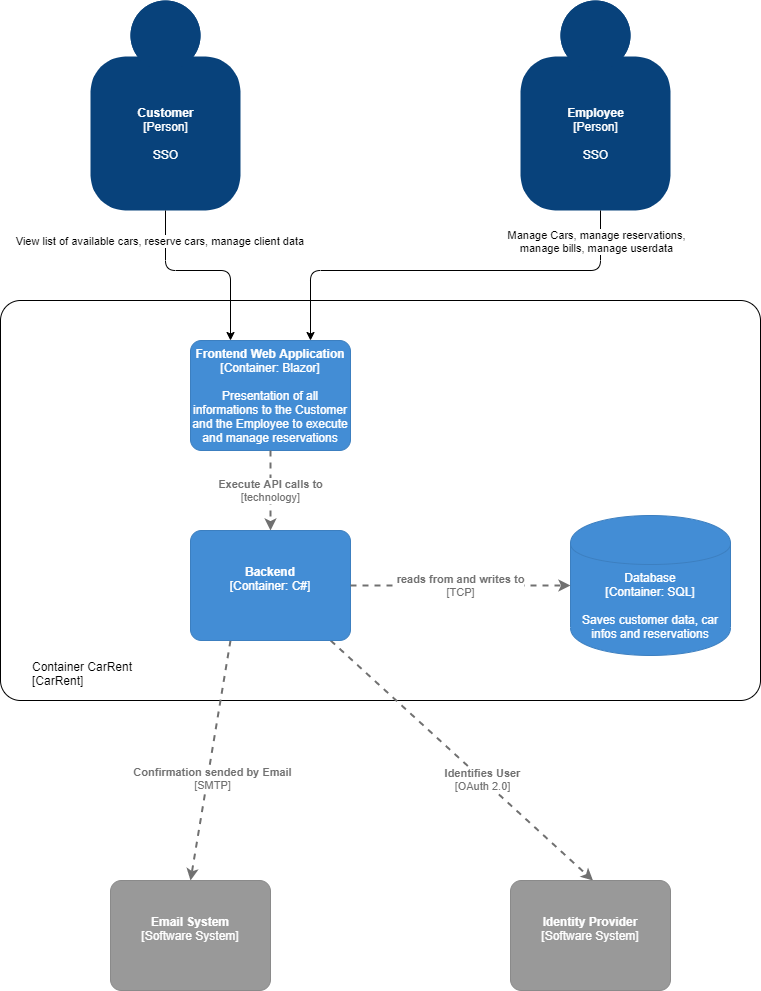
Above: docs/Container.png in EricLue/CarRentSystem (draw.io), before the change. Source tidied: cells renumbered, new cells last; positions are measured from the earlier drawing's top-left corner, leaving out a move shared by most shapes.
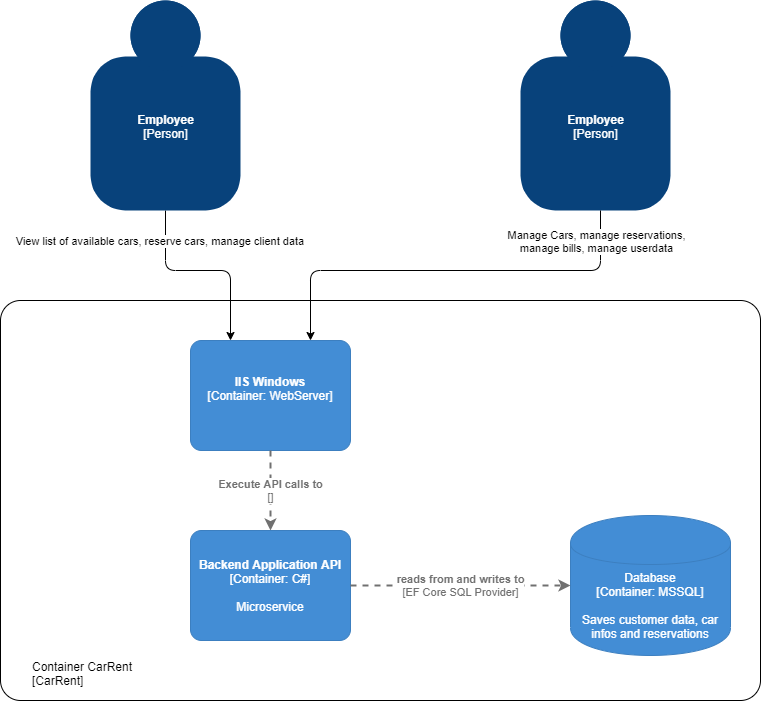
Above is the later version.

Diff of the diagram source:
```diff
@@ -7,43 +7,14 @@
         <mxGeometry y="300" width="760" height="400" as="geometry" />
       </mxCell>
     </object>
-    <object id="3" label="&lt;b&gt;%c4Name%&lt;/b&gt;&lt;div&gt;[%c4Type%]&lt;/div&gt;&lt;br&gt;&lt;div&gt;%c4Description%&lt;/div&gt;" c4Description="SSO" c4Name="Customer" c4Type="Person" placeholders="1">
-      <mxCell style="html=1;dashed=0;whitespace=wrap;fillColor=#08427b;strokeColor=none;fontColor=#ffffff;shape=mxgraph.c4.person;align=center;points=[[0.5,0,0],[1,0.5,0],[1,0.75,0],[0.75,1,0],[0.5,1,0],[0.25,1,0],[0,0.75,0],[0,0.5,0]];metaData={&quot;c4Type&quot;:{&quot;editable&quot;:false}};" parent="1" vertex="1">
-        <mxGeometry x="90" width="150" height="210" as="geometry" />
-      </mxCell>
-    </object>
-    <object id="4" label="&lt;b&gt;%c4Name%&lt;/b&gt;&lt;div&gt;[%c4Type%]&lt;/div&gt;&lt;br&gt;&lt;div&gt;%c4Description%&lt;/div&gt;" c4Description="SSO" c4Name="Employee" c4Type="Person" placeholders="1">
+    <object id="4" label="&lt;b&gt;%c4Name%&lt;/b&gt;&lt;div&gt;[%c4Type%]&lt;/div&gt;&lt;br&gt;&lt;div&gt;%c4Description%&lt;/div&gt;" c4Description="" c4Name="Employee" c4Type="Person" placeholders="1">
       <mxCell style="html=1;dashed=0;whitespace=wrap;fillColor=#08427b;strokeColor=none;fontColor=#ffffff;shape=mxgraph.c4.person;align=center;metaData={&quot;c4Type&quot;:{&quot;editable&quot;:false}};" parent="1" vertex="1">
         <mxGeometry x="520" width="150" height="210" as="geometry" />
       </mxCell>
     </object>
-    <object id="5" label="&lt;div style=&quot;text-align: left&quot;&gt;&lt;div style=&quot;text-align: center&quot;&gt;&lt;b&gt;%c4Description%&lt;/b&gt;&lt;/div&gt;&lt;div style=&quot;text-align: center&quot;&gt;[%c4Technology%]&lt;/div&gt;&lt;/div&gt;" c4Description="Identifies User" c4Technology="OAuth 2.0" c4Type="Relationship" placeholders="1">
-      <mxCell style="edgeStyle=none;rounded=0;html=1;jettySize=auto;strokeColor=#707070;strokeWidth=2;fontColor=#707070;jumpStyle=none;dashed=1;metaData={&quot;c4Type&quot;:{&quot;editable&quot;:false}};" parent="1" edge="1" source="15">
-        <mxGeometry x="0.16" y="-1" relative="1" as="geometry">
-          <mxPoint x="592.5" y="880" as="targetPoint" />
-          <mxPoint y="-1" as="offset" />
-        </mxGeometry>
-      </mxCell>
-    </object>
-    <object id="6" label="&lt;div style=&quot;text-align: left&quot;&gt;&lt;div style=&quot;text-align: center&quot;&gt;&lt;b&gt;%c4Description%&lt;/b&gt;&lt;/div&gt;&lt;div style=&quot;text-align: center&quot;&gt;[%c4Technology%]&lt;/div&gt;&lt;/div&gt;" c4Description="Confirmation sended by Email" c4Technology="SMTP" c4Type="Relationship" placeholders="1">
-      <mxCell style="edgeStyle=none;rounded=0;html=1;jettySize=auto;strokeColor=#707070;strokeWidth=2;fontColor=#707070;jumpStyle=none;dashed=1;metaData={&quot;c4Type&quot;:{&quot;editable&quot;:false}};exitX=0.25;exitY=1;exitDx=0;exitDy=0;exitPerimeter=0;" parent="1" edge="1" source="15">
-        <mxGeometry x="0.15" y="5" relative="1" as="geometry">
-          <mxPoint x="190" y="880" as="targetPoint" />
-        </mxGeometry>
-      </mxCell>
-    </object>
-    <object id="7" label="&lt;b&gt;%c4Name%&lt;/b&gt;&lt;div&gt;[%c4Type%]&lt;/div&gt;&lt;br&gt;&lt;div&gt;%c4Description%&lt;/div&gt;" c4Description="" c4Name="Email System" c4Type="Software System" placeholders="1">
-      <mxCell style="rounded=1;whiteSpace=wrap;html=1;labelBackgroundColor=none;fillColor=#999999;fontColor=#ffffff;align=center;arcSize=10;strokeColor=#8A8A8A;metaData={&quot;c4Type&quot;:{&quot;editable&quot;:false}};" parent="1" vertex="1">
-        <mxGeometry x="110" y="880" width="160" height="110" as="geometry" />
-      </mxCell>
-    </object>
-    <object id="8" label="&lt;b&gt;%c4Name%&lt;/b&gt;&lt;div&gt;[%c4Type%]&lt;/div&gt;&lt;br&gt;&lt;div&gt;%c4Description%&lt;/div&gt;" c4Description="" c4Name="Identity Provider" c4Type="Software System" placeholders="1">
-      <mxCell style="rounded=1;whiteSpace=wrap;html=1;labelBackgroundColor=none;fillColor=#999999;fontColor=#ffffff;align=center;arcSize=10;strokeColor=#8A8A8A;metaData={&quot;c4Type&quot;:{&quot;editable&quot;:false}};" parent="1" vertex="1">
-        <mxGeometry x="510" y="880" width="160" height="110" as="geometry" />
-      </mxCell>
-    </object>
-    <mxCell id="9" style="endArrow=classic;html=1;exitX=0.5;exitY=1;exitDx=0;exitDy=0;exitPerimeter=0;entryX=0.25;entryY=0;entryDx=0;entryDy=0;entryPerimeter=0;" parent="1" edge="1" source="3" target="13">
+    <mxCell id="9" style="endArrow=classic;html=1;exitX=0.5;exitY=1;exitDx=0;exitDy=0;exitPerimeter=0;entryX=0.25;entryY=0;entryDx=0;entryDy=0;entryPerimeter=0;" parent="1" edge="1" target="13">
       <mxGeometry relative="1" as="geometry">
+        <mxPoint x="165" y="210" as="sourcePoint" />
         <Array as="points">
           <mxPoint x="165" y="270" />
           <mxPoint x="230" y="270" />
@@ -69,17 +40,17 @@
         <mxPoint x="145" y="-30" as="offset" />
       </mxGeometry>
     </mxCell>
-    <object id="13" label="&lt;b&gt;%c4Name%&lt;/b&gt;&lt;div&gt;[%c4Type%: %c4Technology%]&lt;/div&gt;&lt;br&gt;&lt;div&gt;%c4Description%&lt;/div&gt;" c4Description="Presentation of all informations to the Customer and the Employee to execute and manage reservations" c4Name="Frontend Web Application" c4Technology="Blazor" c4Type="Container" placeholders="1">
+    <object id="13" label="&lt;b&gt;%c4Name%&lt;/b&gt;&lt;div&gt;[%c4Type%: %c4Technology%]&lt;/div&gt;&lt;br&gt;&lt;div&gt;%c4Description%&lt;/div&gt;" c4Description="" c4Name="IIS Windows" c4Technology="WebServer" c4Type="Container" placeholders="1">
       <mxCell style="rounded=1;whiteSpace=wrap;html=1;labelBackgroundColor=none;fillColor=#438DD5;fontColor=#ffffff;align=center;arcSize=10;strokeColor=#3C7FC0;metaData={&quot;c4Type&quot;:{&quot;editable&quot;:false}};points=[[0.25,0,0],[0.5,0,0],[0.75,0,0],[1,0.25,0],[1,0.5,0],[1,0.75,0],[0.75,1,0],[0.5,1,0],[0.25,1,0],[0,0.75,0],[0,0.5,0],[0,0.25,0]];" parent="1" vertex="1">
         <mxGeometry x="190" y="340" width="160" height="110" as="geometry" />
       </mxCell>
     </object>
-    <object id="14" label="&lt;div style=&quot;text-align: left&quot;&gt;&lt;div style=&quot;text-align: center&quot;&gt;&lt;b&gt;%c4Description%&lt;/b&gt;&lt;/div&gt;&lt;div style=&quot;text-align: center&quot;&gt;[%c4Technology%]&lt;/div&gt;&lt;/div&gt;" c4Description="Execute API calls to" c4Technology="technology" c4Type="Relationship" placeholders="1">
+    <object id="14" label="&lt;div style=&quot;text-align: left&quot;&gt;&lt;div style=&quot;text-align: center&quot;&gt;&lt;b&gt;%c4Description%&lt;/b&gt;&lt;/div&gt;&lt;div style=&quot;text-align: center&quot;&gt;[%c4Technology%]&lt;/div&gt;&lt;/div&gt;" c4Description="Execute API calls to" c4Technology="" c4Type="Relationship" placeholders="1">
       <mxCell style="edgeStyle=none;rounded=0;html=1;jettySize=auto;strokeColor=#707070;strokeWidth=2;fontColor=#707070;jumpStyle=none;dashed=1;metaData={&quot;c4Type&quot;:{&quot;editable&quot;:false}};exitX=0.5;exitY=1;exitDx=0;exitDy=0;exitPerimeter=0;" parent="1" edge="1" source="13" target="15">
         <mxGeometry relative="1" as="geometry" />
       </mxCell>
     </object>
-    <object id="15" label="&lt;b&gt;%c4Name%&lt;/b&gt;&lt;div&gt;[%c4Type%: %c4Technology%]&lt;/div&gt;&lt;br&gt;&lt;div&gt;%c4Description%&lt;/div&gt;" c4Description="" c4Name="Backend" c4Technology="C#" c4Type="Container" placeholders="1">
+    <object id="15" label="&lt;b&gt;%c4Name%&lt;/b&gt;&lt;div&gt;[%c4Type%: %c4Technology%]&lt;/div&gt;&lt;br&gt;&lt;div&gt;%c4Description%&lt;/div&gt;" c4Description="Microservice" c4Name="Backend Application API" c4Technology="C#" c4Type="Container" placeholders="1">
       <mxCell style="rounded=1;whiteSpace=wrap;html=1;labelBackgroundColor=none;fillColor=#438DD5;fontColor=#ffffff;align=center;arcSize=10;strokeColor=#3C7FC0;metaData={&quot;c4Type&quot;:{&quot;editable&quot;:false}};points=[[0.25,0,0],[0.5,0,0],[0.75,0,0],[1,0.25,0],[1,0.5,0],[1,0.75,0],[0.75,1,0],[0.5,1,0],[0.25,1,0],[0,0.75,0],[0,0.5,0],[0,0.25,0]];" parent="1" vertex="1">
         <mxGeometry x="190" y="530" width="160" height="110" as="geometry" />
       </mxCell>
@@ -87,15 +58,20 @@
     <mxCell id="16" style="edgeStyle=orthogonalEdgeStyle;rounded=0;orthogonalLoop=1;jettySize=auto;html=1;exitX=0.5;exitY=1;exitDx=0;exitDy=0;exitPerimeter=0;" parent="1" edge="1" source="2" target="2">
       <mxGeometry relative="1" as="geometry" />
     </mxCell>
-    <object id="17" label="%c4Type%&lt;div&gt;[Container:&amp;nbsp;%c4Technology%]&lt;/div&gt;&lt;br&gt;&lt;div&gt;%c4Description%&lt;/div&gt;" c4Description="Saves customer data, car infos and reservations" c4Technology="SQL" c4Type="Database" placeholders="1">
+    <object id="17" label="%c4Type%&lt;div&gt;[Container:&amp;nbsp;%c4Technology%]&lt;/div&gt;&lt;br&gt;&lt;div&gt;%c4Description%&lt;/div&gt;" c4Description="Saves customer data, car infos and reservations" c4Technology="MSSQL" c4Type="Database" placeholders="1">
       <mxCell style="shape=cylinder;whiteSpace=wrap;html=1;boundedLbl=1;rounded=0;labelBackgroundColor=none;fillColor=#438DD5;fontSize=12;fontColor=#ffffff;align=center;strokeColor=#3C7FC0;points=[[0.5,0,0],[1,0.25,0],[1,0.5,0],[1,0.75,0],[0.5,1,0],[0,0.75,0],[0,0.5,0],[0,0.25,0]];metaData={&quot;c4Type&quot;:{&quot;editable&quot;:false}};" parent="1" vertex="1">
         <mxGeometry x="570" y="515" width="160" height="140" as="geometry" />
       </mxCell>
     </object>
-    <object id="18" label="&lt;div style=&quot;text-align: left&quot;&gt;&lt;div style=&quot;text-align: center&quot;&gt;&lt;b&gt;%c4Description%&lt;/b&gt;&lt;/div&gt;&lt;div style=&quot;text-align: center&quot;&gt;[%c4Technology%]&lt;/div&gt;&lt;/div&gt;" c4Description="reads from and writes to" c4Technology="TCP" c4Type="Relationship" placeholders="1">
+    <object id="18" label="&lt;div style=&quot;text-align: left&quot;&gt;&lt;div style=&quot;text-align: center&quot;&gt;&lt;b&gt;%c4Description%&lt;/b&gt;&lt;/div&gt;&lt;div style=&quot;text-align: center&quot;&gt;[%c4Technology%]&lt;/div&gt;&lt;/div&gt;" c4Description="reads from and writes to" c4Technology="EF Core SQL Provider" c4Type="Relationship" placeholders="1">
       <mxCell style="edgeStyle=none;rounded=0;html=1;jettySize=auto;strokeColor=#707070;strokeWidth=2;fontColor=#707070;jumpStyle=none;dashed=1;metaData={&quot;c4Type&quot;:{&quot;editable&quot;:false}};entryX=0;entryY=0.5;entryDx=0;entryDy=0;entryPerimeter=0;" parent="1" edge="1" source="15" target="17">
         <mxGeometry relative="1" as="geometry" />
       </mxCell>
     </object>
+    <object id="3" label="&lt;b&gt;%c4Name%&lt;/b&gt;&lt;div&gt;[%c4Type%]&lt;/div&gt;&lt;br&gt;&lt;div&gt;%c4Description%&lt;/div&gt;" c4Description="" c4Name="Employee" c4Type="Person" placeholders="1">
+      <mxCell style="html=1;dashed=0;whitespace=wrap;fillColor=#08427b;strokeColor=none;fontColor=#ffffff;shape=mxgraph.c4.person;align=center;points=[[0.5,0,0],[1,0.5,0],[1,0.75,0],[0.75,1,0],[0.5,1,0],[0.25,1,0],[0,0.75,0],[0,0.5,0]];metaData={&quot;c4Type&quot;:{&quot;editable&quot;:false}};" parent="1" vertex="1">
+        <mxGeometry x="90" width="150" height="210" as="geometry" />
+      </mxCell>
+    </object>
   </root>
 </mxGraphModel>
```
